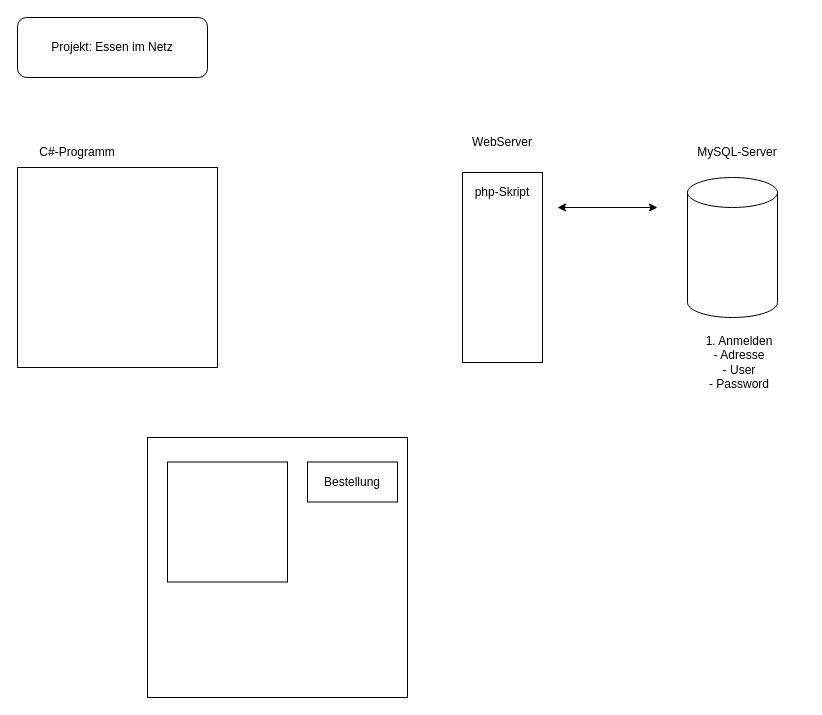
Above: C#/img/C#.drawio in labpa/Schule (draw.io), before the change. Source tidied: cells renumbered, new cells numbered last; positions are measured from the earlier drawing's top-left corner, leaving out a move shared by most shapes. Both pictures are drawn from the tidied source at 100%, with x=0, y=0 at pixel (17, 17).
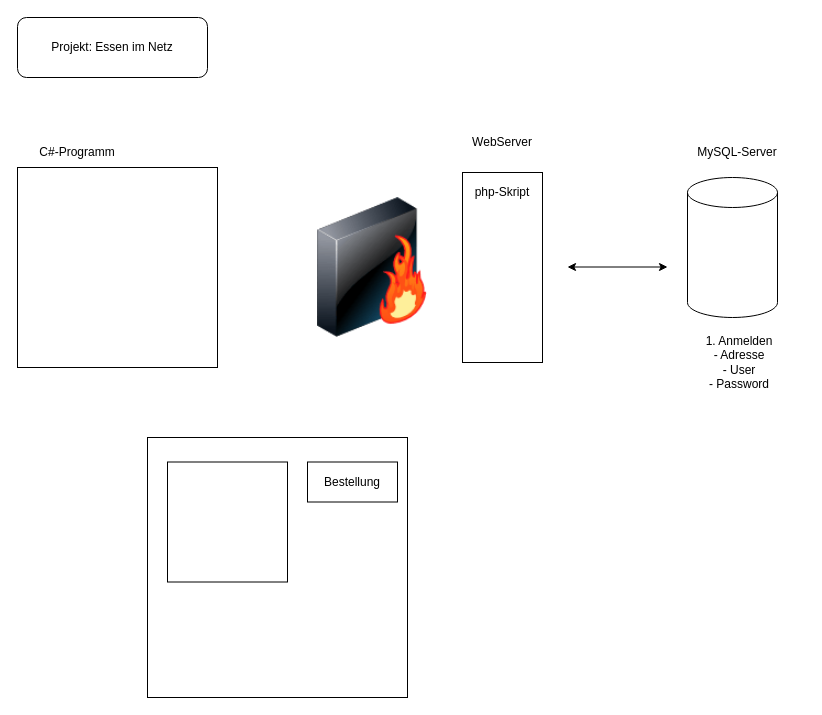
After the change.

Diff of the diagram source:
```diff
@@
 <mxGraphModel>
   <root>
     <mxCell id="0" />
     <mxCell id="1" parent="0" />
     <mxCell id="2" value="Projekt: Essen im Netz" style="rounded=1;whiteSpace=wrap;html=1;" parent="1" vertex="1">
       <mxGeometry width="190" height="60" as="geometry" />
     </mxCell>
     <mxCell id="3" style="whiteSpace=wrap;html=1;" parent="1" vertex="1">
       <mxGeometry y="150" width="200" height="200" as="geometry" />
     </mxCell>
     <mxCell id="4" value="C#-Programm" style="text;html=1;strokeColor=none;fillColor=none;align=center;verticalAlign=middle;whiteSpace=wrap;rounded=0;" parent="1" vertex="1">
       <mxGeometry y="120" width="120" height="30" as="geometry" />
     </mxCell>
     <mxCell id="5" style="rounded=0;whiteSpace=wrap;html=1;rotation=-90;textDirection=ltr;labelPosition=center;verticalLabelPosition=middle;align=center;verticalAlign=middle;" parent="1" vertex="1">
       <mxGeometry x="390" y="210" width="190" height="80" as="geometry" />
     </mxCell>
     <mxCell id="6" value="php-Skript" style="text;html=1;strokeColor=none;fillColor=none;align=center;verticalAlign=middle;whiteSpace=wrap;rounded=0;" parent="1" vertex="1">
       <mxGeometry x="455" y="160" width="60" height="30" as="geometry" />
     </mxCell>
     <mxCell id="7" value="WebServer" style="text;html=1;strokeColor=none;fillColor=none;align=center;verticalAlign=middle;whiteSpace=wrap;rounded=0;" parent="1" vertex="1">
       <mxGeometry x="455" y="110" width="60" height="30" as="geometry" />
     </mxCell>
     <mxCell id="8" style="shape=cylinder3;whiteSpace=wrap;html=1;boundedLbl=1;backgroundOutline=1;size=15;" parent="1" vertex="1">
       <mxGeometry x="670" y="160" width="90" height="140" as="geometry" />
     </mxCell>
     <mxCell id="9" value="MySQL-Server" style="text;html=1;strokeColor=none;fillColor=none;align=center;verticalAlign=middle;whiteSpace=wrap;rounded=0;" parent="1" vertex="1">
       <mxGeometry x="670" y="120" width="100" height="30" as="geometry" />
     </mxCell>
     <mxCell id="10" value="1. Anmelden&lt;br&gt;- Adresse&lt;br&gt;- User&lt;br&gt;- Password" style="text;html=1;strokeColor=none;fillColor=none;align=center;verticalAlign=middle;whiteSpace=wrap;rounded=0;" parent="1" vertex="1">
       <mxGeometry x="657" y="310" width="130" height="70" as="geometry" />
     </mxCell>
     <mxCell id="11" style="endArrow=classic;startArrow=classic;html=1;" parent="1" edge="1">
       <mxGeometry relative="1" as="geometry">
-        <mxPoint x="540" y="190" as="sourcePoint" />
-        <mxPoint x="640" y="190" as="targetPoint" />
+        <mxPoint x="550" y="249.5" as="sourcePoint" />
+        <mxPoint x="650" y="249.5" as="targetPoint" />
       </mxGeometry>
     </mxCell>
     <mxCell id="12" style="whiteSpace=wrap;html=1;" parent="1" vertex="1">
       <mxGeometry x="130" y="420" width="260" height="260" as="geometry" />
     </mxCell>
     <mxCell id="13" style="whiteSpace=wrap;html=1;" parent="1" vertex="1">
       <mxGeometry x="150" y="444.5" width="120" height="120" as="geometry" />
     </mxCell>
     <mxCell id="14" value="Bestellung" style="rounded=0;whiteSpace=wrap;html=1;" parent="1" vertex="1">
       <mxGeometry x="290" y="444.5" width="90" height="40" as="geometry" />
     </mxCell>
+    <mxCell id="15" style="image;html=1;image=img/lib/clip_art/networking/Firewall-page1_128x128.png;" parent="1" vertex="1">
+      <mxGeometry x="300" y="160" width="110" height="180" as="geometry" />
+    </mxCell>
   </root>
 </mxGraphModel>
```
